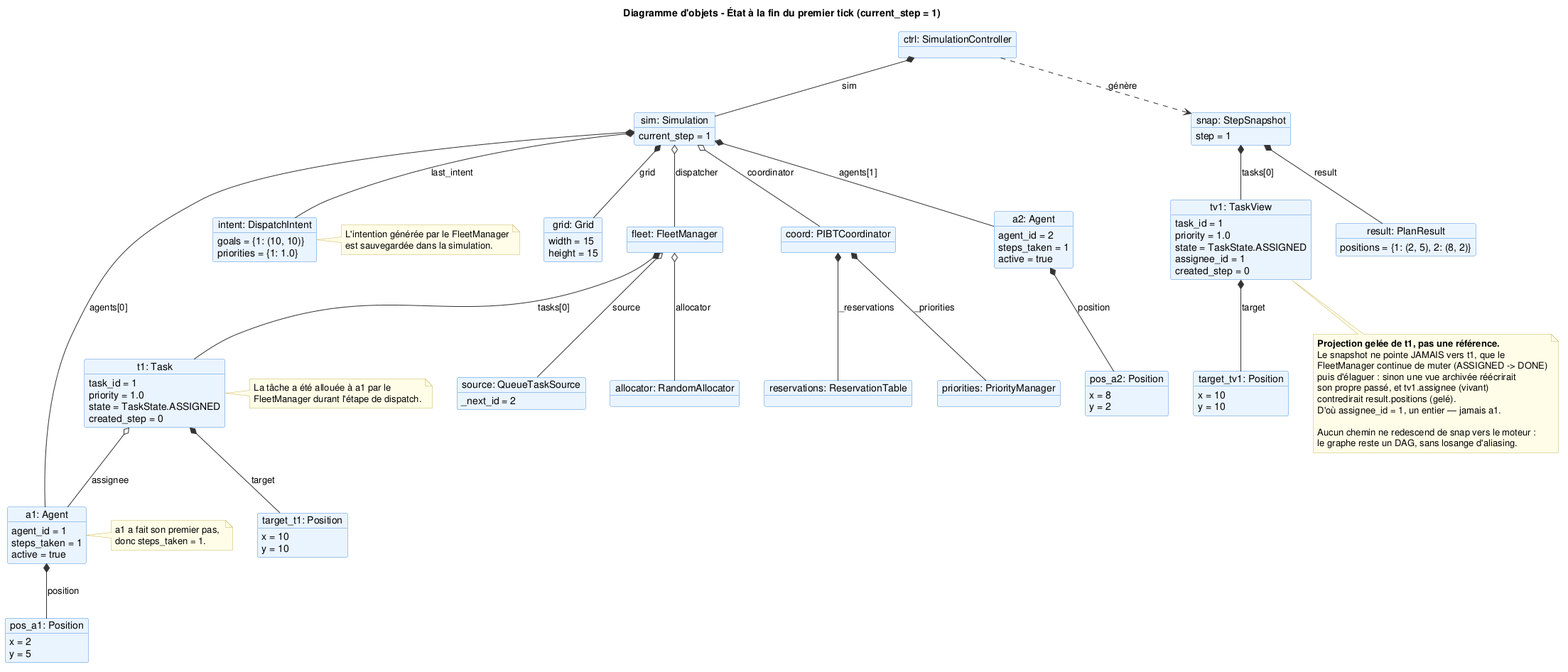
RasdaCorentin/MAPF_Simulation keeps this PlantUML diagram as diagrammes/object_diagram_post_step1.png. Above is the earlier version.
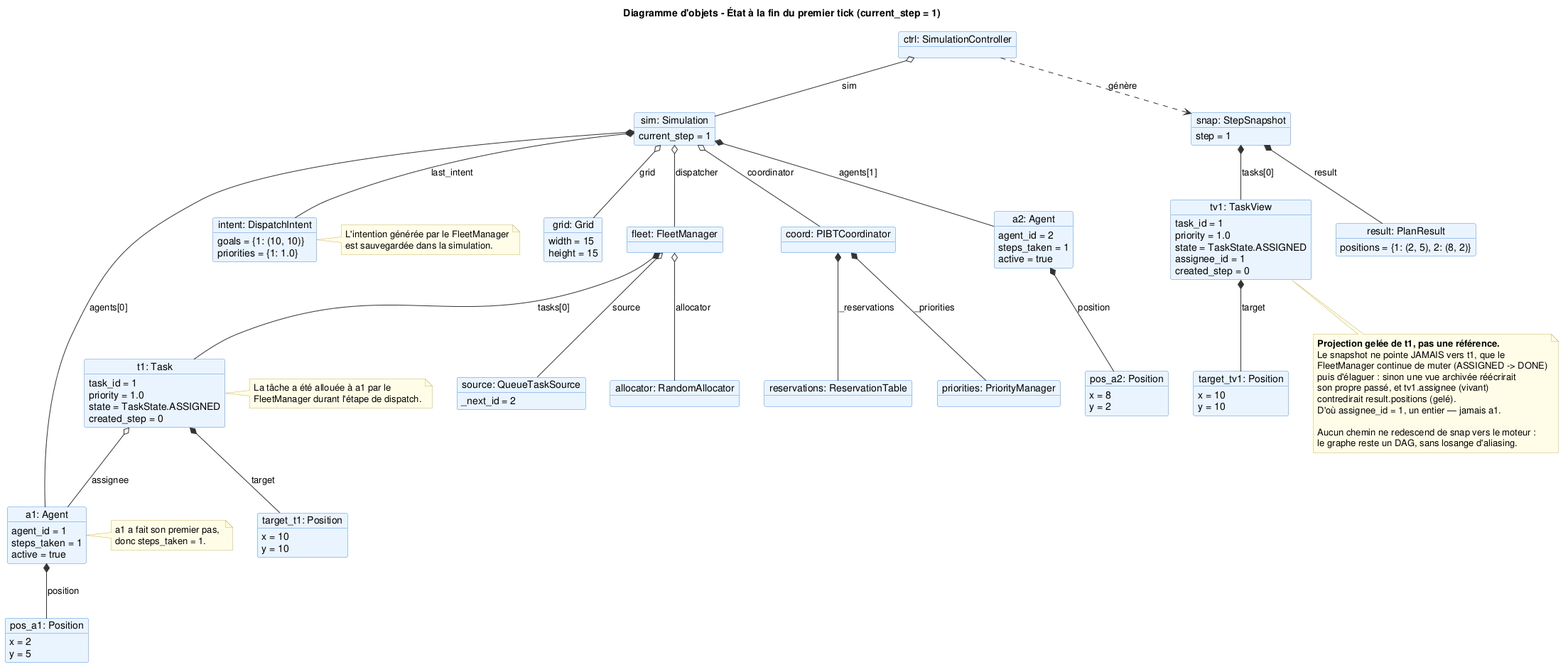
Above is the later version.

Commit message:
docs(diagrams): apply the diamond convention to the object diagram

Same rule as the class diagram: ctrl -> sim and sim -> grid are shared
mutable instances, so hollow. Leaving them filled here would have made the
two diagrams disagree about ownership.

Diff of the diagram source:
```diff
@@ -100,10 +100,10 @@
 }
 
 
-ctrl *-- sim : sim
+ctrl o-- sim : sim
 ctrl ..> snap : "génère"
 
-sim *-- grid : grid
+sim o-- grid : grid
 sim *-- a1 : agents[0]
 sim *-- a2 : agents[1]
 sim o-- coord : coordinator
```
